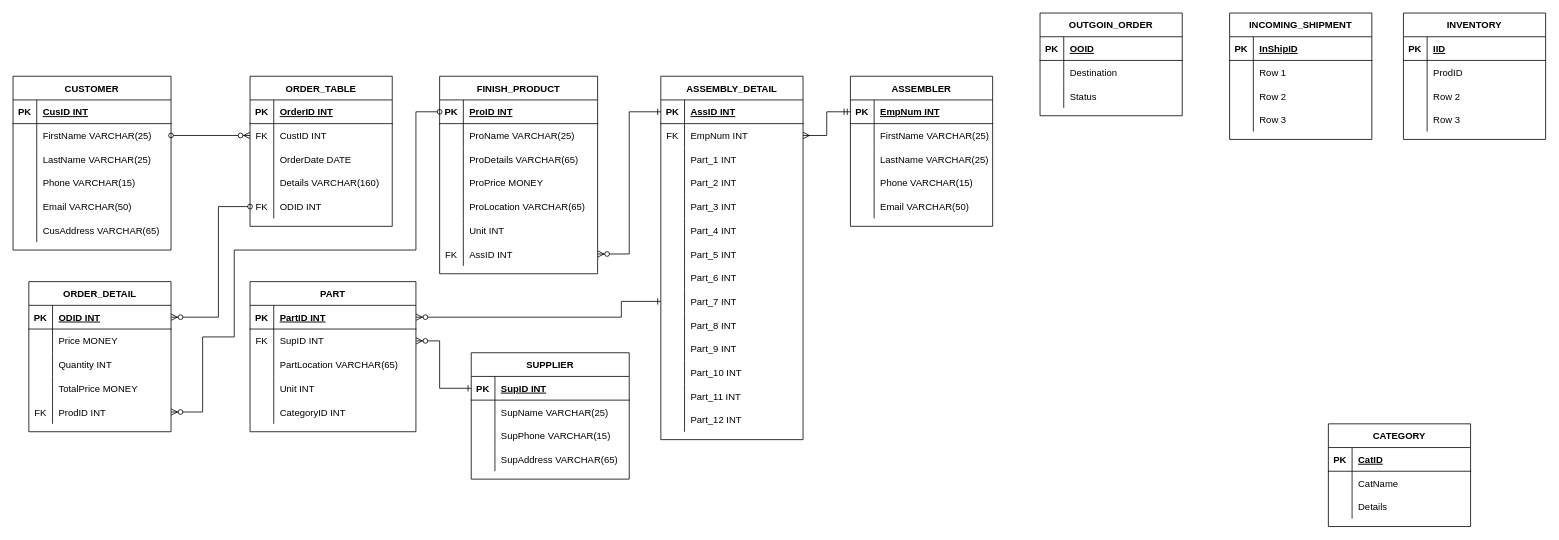
Above: Copy of myAssignment1.drawio in trannthany/IT703_Database_FrontEnd (draw.io), before the change. Source tidied: cells renumbered, new cells numbered last; positions are measured from the earlier drawing's top-left corner, leaving out a move shared by most shapes. Both pictures are drawn from the tidied source at 79%, with x=0, y=0 at pixel (13, 13).
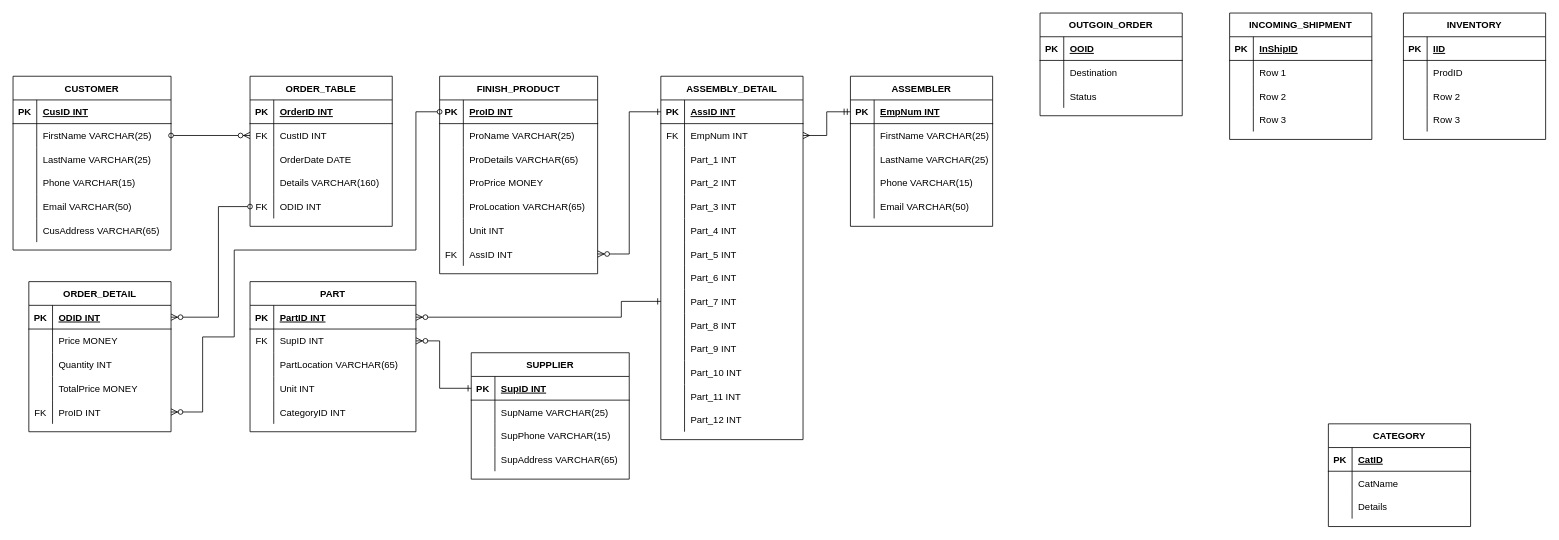
Above is the later version.

Unchanged cells that the change refers to:
```xml
<mxCell id="107" style="shape=partialRectangle;fillColor=none;top=0;left=0;bottom=0;right=0;points=[[0,0.5],[1,0.5]];portConstraint=eastwest;" parent="94" vertex="1">
  <mxGeometry y="150" width="180" height="30" as="geometry" />
</mxCell>
```

The edit, as a diff of the source:
```diff
@@
-    <mxCell id="109" value="ProdID INT" style="shape=partialRectangle;fillColor=none;top=0;left=0;bottom=0;right=0;align=left;spacingLeft=6;overflow=hidden;" parent="107" vertex="1">
+    <mxCell id="109" value="ProID INT" style="shape=partialRectangle;fillColor=none;top=0;left=0;bottom=0;right=0;align=left;spacingLeft=6;overflow=hidden;" parent="107" vertex="1">
       <mxGeometry x="30" width="150" height="30" as="geometry" />
     </mxCell>
```
